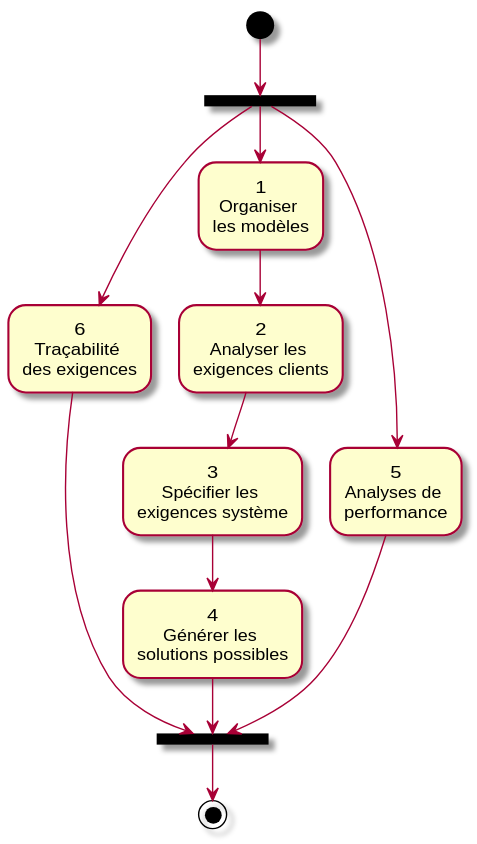
jmbruel/sysmlpapyrusbook keeps this PlantUML diagram as images/diagram-classes.svg. Above is the earlier version.
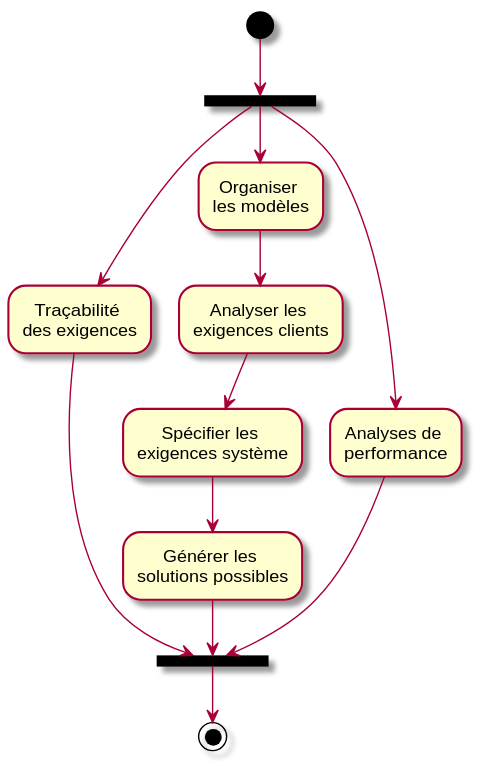
Above is the later version.

Change to the diagram source:
```diff
@@ -1,13 +1,13 @@
 @startuml
 (*) --> ===B1===
---> "6\nTraçabilité \ndes exigences"
+--> "Traçabilité \ndes exigences"
 --> ===B2===
-===B1=== --> "1\nOrganiser \nles modèles"
---> "2\nAnalyser les \nexigences clients"
---> "3\nSpécifier les \nexigences système"
---> "4\nGénérer les \nsolutions possibles"
+===B1=== --> "Organiser \nles modèles"
+--> "Analyser les \nexigences clients"
+--> "Spécifier les \nexigences système"
+--> "Générer les \nsolutions possibles"
 --> ===B2===
-===B1=== --> "5\nAnalyses de \nperformance"
+===B1=== --> "Analyses de \nperformance"
 --> ===B2===
 
 --> (*)
```
